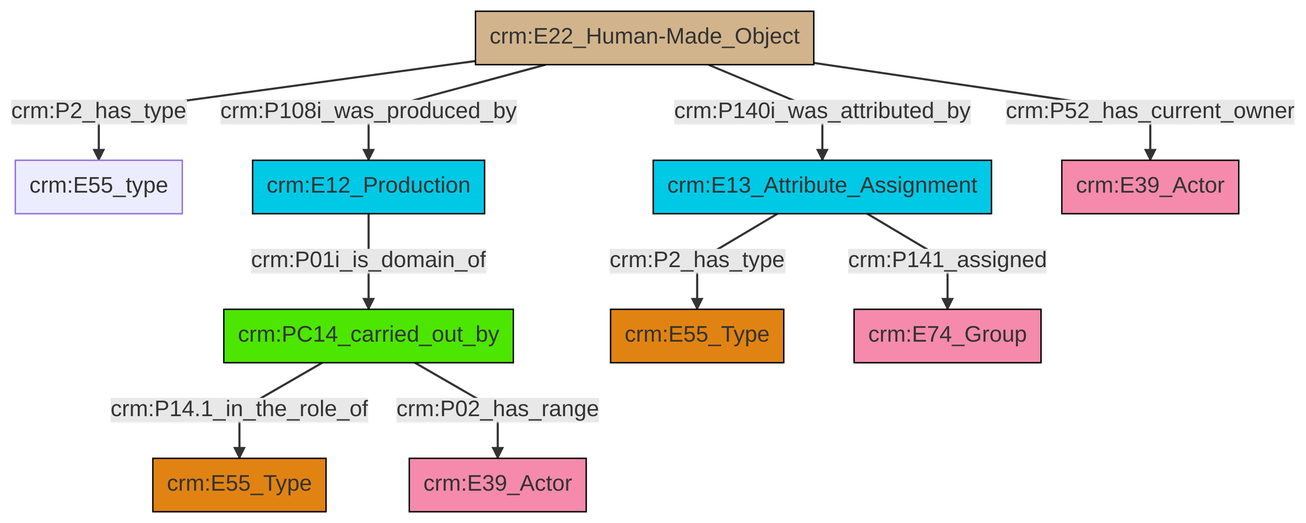
Above: et/builtWorkCSV/ttl/mmd/png/Built_Work_actor_relations.png in swiss-art-research-net/reference-data-models (Mermaid), before the change. Its source is kept beside it as et/builtWorkCSV/ttl/mmd/Built_Work_actor_relations.ttl.mmd.
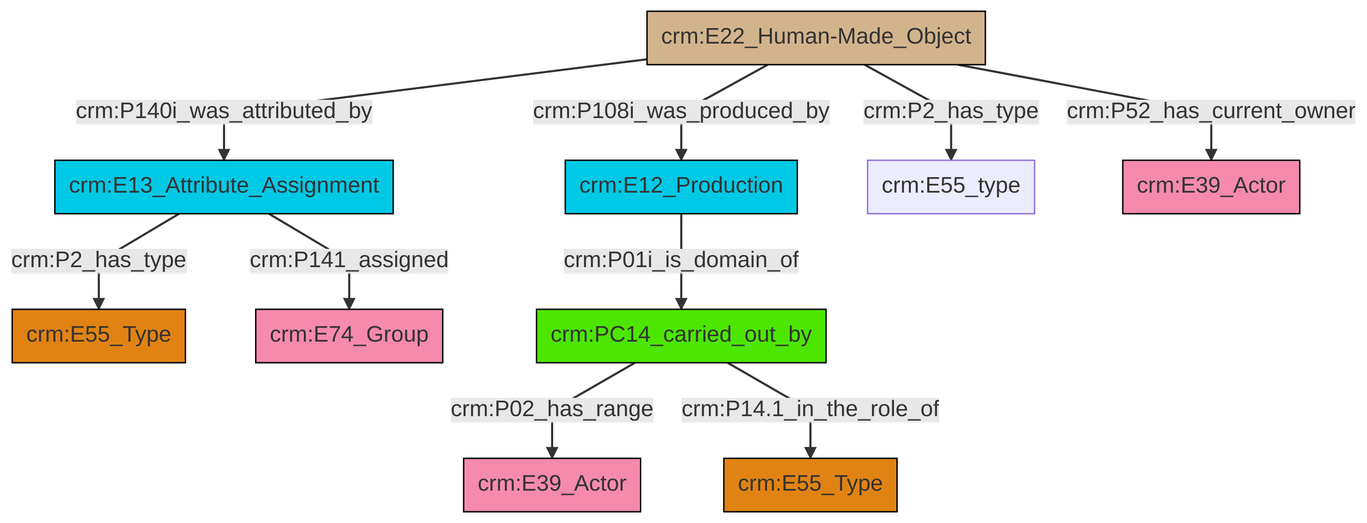
Above is the later version.

Diff of the diagram source:
```diff
@@ -13,12 +13,12 @@
 classDef PC_Classes fill:#4ce600, stroke:#000000;
 classDef Multi fill:#cccccc,stroke:#000000;
 
-4["crm:E13_Attribute_Assignment"]:::Temporal_Entity -->|crm:P2_has_type| 5["crm:E55_Type"]:::Type
-0["crm:PC14_carried_out_by"]:::PC_Classes -->|crm:P14.1_in_the_role_of| 12["crm:E55_Type"]:::Type
-13["crm:E22_Human-Made_Object"]:::Physical_Thing -->|crm:P140i_was_attributed_by| 4["crm:E13_Attribute_Assignment"]:::Temporal_Entity
-13["crm:E22_Human-Made_Object"]:::Physical_Thing -->|crm:P52_has_current_owner| 14["crm:E39_Actor"]:::Actor
-13["crm:E22_Human-Made_Object"]:::Physical_Thing -->|crm:P108i_was_produced_by| 10["crm:E12_Production"]:::Temporal_Entity
-13["crm:E22_Human-Made_Object"]:::Physical_Thing -->|crm:P2_has_type| 2["crm:E55_type"]:::Default
-0["crm:PC14_carried_out_by"]:::PC_Classes -->|crm:P02_has_range| 7["crm:E39_Actor"]:::Actor
-4["crm:E13_Attribute_Assignment"]:::Temporal_Entity -->|crm:P141_assigned| 17["crm:E74_Group"]:::Actor
-10["crm:E12_Production"]:::Temporal_Entity -->|crm:P01i_is_domain_of| 0["crm:PC14_carried_out_by"]:::PC_Classes
+2["crm:E13_Attribute_Assignment"]:::Temporal_Entity -->|crm:P2_has_type| 3["crm:E55_Type"]:::Type
+8["crm:E12_Production"]:::Temporal_Entity -->|crm:P01i_is_domain_of| 9["crm:PC14_carried_out_by"]:::PC_Classes
+9["crm:PC14_carried_out_by"]:::PC_Classes -->|crm:P02_has_range| 0["crm:E39_Actor"]:::Actor
+2["crm:E13_Attribute_Assignment"]:::Temporal_Entity -->|crm:P141_assigned| 10["crm:E74_Group"]:::Actor
+6["crm:E22_Human-Made_Object"]:::Physical_Thing -->|crm:P140i_was_attributed_by| 2["crm:E13_Attribute_Assignment"]:::Temporal_Entity
+6["crm:E22_Human-Made_Object"]:::Physical_Thing -->|crm:P108i_was_produced_by| 8["crm:E12_Production"]:::Temporal_Entity
+6["crm:E22_Human-Made_Object"]:::Physical_Thing -->|crm:P2_has_type| 12["crm:E55_type"]:::Default
+9["crm:PC14_carried_out_by"]:::PC_Classes -->|crm:P14.1_in_the_role_of| 18["crm:E55_Type"]:::Type
+6["crm:E22_Human-Made_Object"]:::Physical_Thing -->|crm:P52_has_current_owner| 16["crm:E39_Actor"]:::Actor
```
